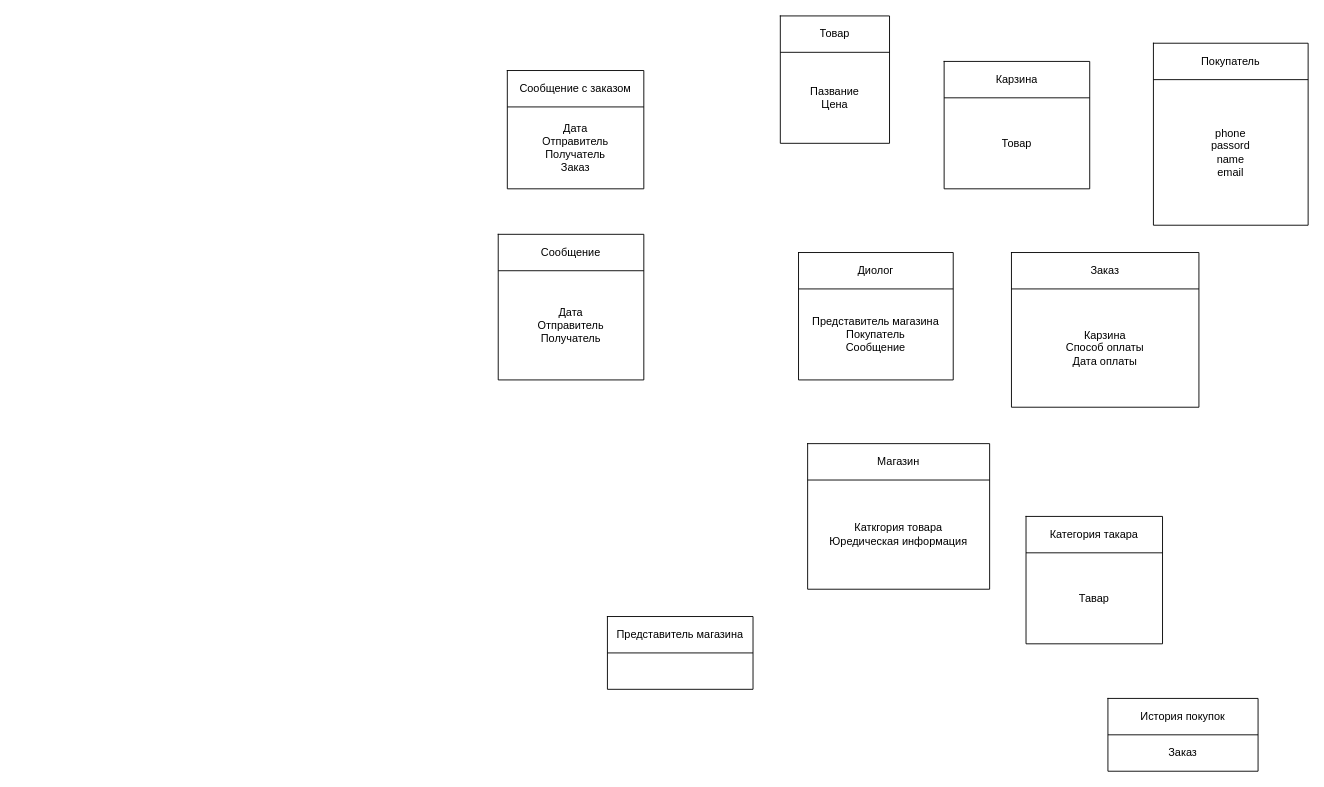
Above: Untitled Diagram.drawio in HegelPro/db-diagram (draw.io), before the change. Source tidied: cells renumbered, new cells numbered last; positions are measured from the earlier drawing's top-left corner, leaving out a move shared by most shapes. Both pictures are drawn from the tidied source at 91%, with x=0, y=0 at pixel (498, 15).
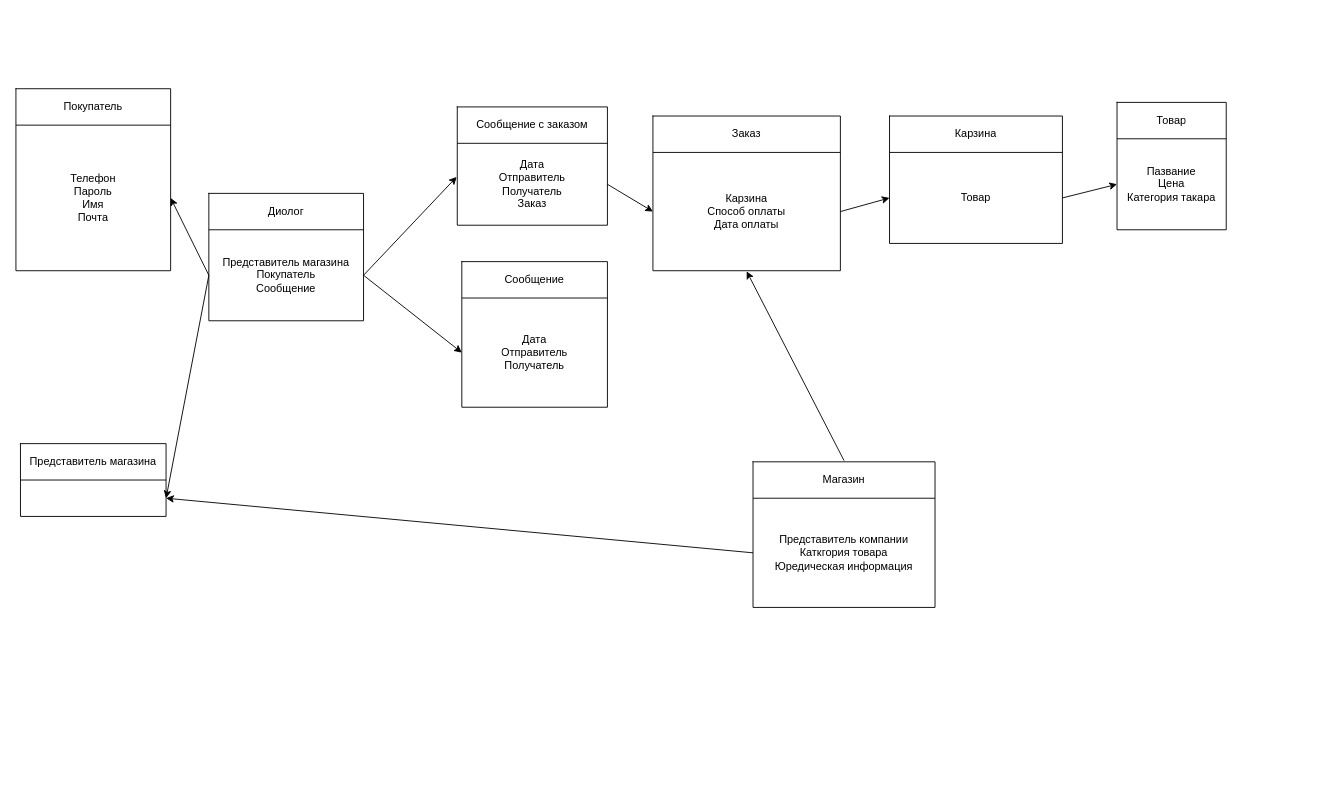
After the change.

The change refers to these unchanged cells:
```xml
<mxCell id="6" style="shape=partialRectangle;html=1;whiteSpace=wrap;fillColor=none;top=0;left=0;bottom=0;right=0;points=[[0,0.5],[1,0.5]];portConstraint=eastwest;" parent="3" vertex="1">
  <mxGeometry y="40" width="170" height="160" as="geometry" />
</mxCell>
<mxCell id="11" style="shape=partialRectangle;html=1;whiteSpace=wrap;fillColor=none;top=0;left=0;bottom=0;right=0;points=[[0,0.5],[1,0.5]];portConstraint=eastwest;" parent="8" vertex="1">
  <mxGeometry y="40" width="160" height="120" as="geometry" />
</mxCell>
<mxCell id="16" style="shape=partialRectangle;html=1;whiteSpace=wrap;fillColor=none;top=0;left=0;bottom=0;right=0;points=[[0,0.5],[1,0.5]];portConstraint=eastwest;" parent="13" vertex="1">
  <mxGeometry y="40" width="170" height="100" as="geometry" />
</mxCell>
<mxCell id="21" style="shape=partialRectangle;html=1;whiteSpace=wrap;fillColor=none;top=0;left=0;bottom=0;right=0;points=[[0,0.5],[1,0.5]];portConstraint=eastwest;" parent="18" vertex="1">
  <mxGeometry y="40" width="120" height="100" as="geometry" />
</mxCell>
<mxCell id="31" style="shape=partialRectangle;html=1;whiteSpace=wrap;fillColor=none;top=0;left=0;bottom=0;right=0;points=[[0,0.5],[1,0.5]];portConstraint=eastwest;" parent="28" vertex="1">
  <mxGeometry y="40" width="206" height="130" as="geometry" />
</mxCell>
<mxCell id="34" style="shape=partialRectangle;html=1;whiteSpace=wrap;fillColor=none;top=0;left=0;bottom=0;right=0;points=[[0,0.5],[1,0.5]];portConstraint=eastwest;" parent="33" vertex="1">
  <mxGeometry width="200" height="40" as="geometry" />
</mxCell>
<mxCell id="36" style="shape=partialRectangle;html=1;whiteSpace=wrap;fillColor=none;top=0;left=0;bottom=0;right=0;points=[[0,0.5],[1,0.5]];portConstraint=eastwest;" parent="33" vertex="1">
  <mxGeometry y="40" width="200" height="120" as="geometry" />
</mxCell>
<mxCell id="46" style="shape=partialRectangle;html=1;whiteSpace=wrap;fillColor=none;top=0;left=0;bottom=0;right=0;points=[[0,0.5],[1,0.5]];portConstraint=eastwest;" parent="43" vertex="1">
  <mxGeometry y="40" width="160" height="40" as="geometry" />
</mxCell>
```

What changed in the source:
```diff
@@
     <mxCell id="3" style="shape=table;html=1;whiteSpace=wrap;startSize=0;childLayout=tableLayout;swimlaneFillColor=none;" parent="1" vertex="1">
-      <mxGeometry x="720" y="30" width="170" height="200" as="geometry" />
+      <mxGeometry x="-530" y="80" width="170" height="200" as="geometry" />
     </mxCell>
@@
-    <mxCell id="7" value="&lt;span&gt;phone&lt;/span&gt;&lt;br&gt;&lt;span&gt;passord&lt;/span&gt;&lt;br&gt;&lt;span&gt;name&lt;/span&gt;&lt;br&gt;&lt;span&gt;email&lt;/span&gt;" style="shape=partialRectangle;html=1;whiteSpace=wrap;overflow=hidden;fillColor=none;top=0;left=0;bottom=0;right=0;" parent="6" vertex="1">
+    <mxCell id="7" value="&lt;span&gt;Телефон&lt;br&gt;Пароль&lt;br&gt;Имя&lt;br&gt;Почта&lt;/span&gt;" style="shape=partialRectangle;html=1;whiteSpace=wrap;overflow=hidden;fillColor=none;top=0;left=0;bottom=0;right=0;" parent="6" vertex="1">
       <mxGeometry width="170" height="160" as="geometry" />
     </mxCell>
     <mxCell id="8" style="shape=table;html=1;whiteSpace=wrap;startSize=0;childLayout=tableLayout;" parent="1" vertex="1">
-      <mxGeometry y="240" width="160" height="160" as="geometry" />
+      <mxGeometry x="-40" y="270" width="160" height="160" as="geometry" />
     </mxCell>
@@
     <mxCell id="13" style="shape=table;html=1;whiteSpace=wrap;startSize=0;childLayout=tableLayout;" parent="1" vertex="1">
-      <mxGeometry x="330" y="260" width="170" height="140" as="geometry" />
+      <mxGeometry x="-318" y="195" width="170" height="140" as="geometry" />
     </mxCell>
@@
     <mxCell id="18" style="shape=table;html=1;whiteSpace=wrap;startSize=0;childLayout=tableLayout;" parent="1" vertex="1">
-      <mxGeometry x="310" width="120" height="140" as="geometry" />
+      <mxGeometry x="680" y="95" width="120" height="140" as="geometry" />
     </mxCell>
@@
-    <mxCell id="22" value="Пазвание&lt;br&gt;Цена" style="shape=partialRectangle;html=1;whiteSpace=wrap;overflow=hidden;fillColor=none;top=0;left=0;bottom=0;right=0;" parent="21" vertex="1">
+    <mxCell id="22" value="Пазвание&lt;br&gt;Цена&lt;br&gt;Категория такара" style="shape=partialRectangle;html=1;whiteSpace=wrap;overflow=hidden;fillColor=none;top=0;left=0;bottom=0;right=0;" parent="21" vertex="1">
       <mxGeometry width="120" height="100" as="geometry" />
     </mxCell>
     <mxCell id="23" style="shape=table;html=1;whiteSpace=wrap;startSize=0;childLayout=tableLayout;" parent="1" vertex="1">
-      <mxGeometry x="490" y="50" width="160" height="140" as="geometry" />
+      <mxGeometry x="430" y="110" width="190" height="140" as="geometry" />
     </mxCell>
     <mxCell id="24" style="shape=partialRectangle;html=1;whiteSpace=wrap;fillColor=none;top=0;left=0;bottom=0;right=0;" parent="23" vertex="1">
-      <mxGeometry width="160" height="40" as="geometry" />
+      <mxGeometry width="190" height="40" as="geometry" />
     </mxCell>
     <mxCell id="25" value="Карзина" style="shape=partialRectangle;html=1;whiteSpace=wrap;overflow=hidden;fillColor=none;top=0;left=0;bottom=0;right=0;" parent="24" vertex="1">
-      <mxGeometry width="160" height="40" as="geometry" />
+      <mxGeometry width="190" height="40" as="geometry" />
     </mxCell>
     <mxCell id="26" style="shape=partialRectangle;html=1;whiteSpace=wrap;fillColor=none;top=0;left=0;bottom=0;right=0;points=[[0,0.5],[1,0.5]];portConstraint=eastwest;" parent="23" vertex="1">
-      <mxGeometry y="40" width="160" height="100" as="geometry" />
+      <mxGeometry y="40" width="190" height="100" as="geometry" />
     </mxCell>
     <mxCell id="27" value="Товар" style="shape=partialRectangle;html=1;whiteSpace=wrap;overflow=hidden;fillColor=none;top=0;left=0;bottom=0;right=0;" parent="26" vertex="1">
-      <mxGeometry width="160" height="100" as="geometry" />
+      <mxGeometry width="190" height="100" as="geometry" />
     </mxCell>
     <mxCell id="28" style="shape=table;html=1;whiteSpace=wrap;startSize=0;childLayout=tableLayout;" parent="1" vertex="1">
-      <mxGeometry x="564" y="260" width="206" height="170" as="geometry" />
+      <mxGeometry x="170" y="110" width="206" height="170" as="geometry" />
     </mxCell>
@@
     <mxCell id="33" style="shape=table;html=1;whiteSpace=wrap;startSize=0;childLayout=tableLayout;" parent="1" vertex="1">
-      <mxGeometry x="340" y="470" width="200" height="160" as="geometry" />
+      <mxGeometry x="280" y="490" width="200" height="160" as="geometry" />
     </mxCell>
@@
-    <mxCell id="37" value="Каткгория товара&lt;br&gt;Юредическая информация" style="shape=partialRectangle;html=1;whiteSpace=wrap;overflow=hidden;fillColor=none;top=0;left=0;bottom=0;right=0;" parent="36" vertex="1">
+    <mxCell id="37" value="Представитель компании&lt;br&gt;Каткгория товара&lt;br&gt;Юредическая информация" style="shape=partialRectangle;html=1;whiteSpace=wrap;overflow=hidden;fillColor=none;top=0;left=0;bottom=0;right=0;" parent="36" vertex="1">
       <mxGeometry width="200" height="120" as="geometry" />
     </mxCell>
-    <mxCell id="38" style="shape=table;html=1;whiteSpace=wrap;startSize=0;childLayout=tableLayout;" parent="1" vertex="1">
-      <mxGeometry x="580" y="550" width="150" height="140" as="geometry" />
-    </mxCell>
-    <mxCell id="39" style="shape=partialRectangle;html=1;whiteSpace=wrap;fillColor=none;top=0;left=0;bottom=0;right=0;" parent="38" vertex="1">
-      <mxGeometry width="150" height="40" as="geometry" />
-    </mxCell>
-    <mxCell id="40" value="Категория такара" style="shape=partialRectangle;html=1;whiteSpace=wrap;overflow=hidden;fillColor=none;top=0;left=0;bottom=0;right=0;" parent="39" vertex="1">
-      <mxGeometry width="150" height="40" as="geometry" />
-    </mxCell>
-    <mxCell id="41" style="shape=partialRectangle;html=1;whiteSpace=wrap;fillColor=none;top=0;left=0;bottom=0;right=0;" parent="38" vertex="1">
-      <mxGeometry y="40" width="150" height="100" as="geometry" />
-    </mxCell>
-    <mxCell id="42" value="Тавар" style="shape=partialRectangle;html=1;whiteSpace=wrap;overflow=hidden;fillColor=none;top=0;left=0;bottom=0;right=0;" parent="41" vertex="1">
-      <mxGeometry width="150" height="100" as="geometry" />
-    </mxCell>
     <mxCell id="43" style="shape=table;html=1;whiteSpace=wrap;startSize=0;childLayout=tableLayout;" parent="1" vertex="1">
-      <mxGeometry x="120" y="660" width="160" height="80" as="geometry" />
+      <mxGeometry x="-525" y="470" width="160" height="80" as="geometry" />
     </mxCell>
@@
-    <mxCell id="48" style="shape=table;html=1;whiteSpace=wrap;startSize=0;childLayout=tableLayout;" parent="1" vertex="1">
-      <mxGeometry x="670" y="750" width="165" height="80" as="geometry" />
-    </mxCell>
-    <mxCell id="49" style="shape=partialRectangle;html=1;whiteSpace=wrap;fillColor=none;top=0;left=0;bottom=0;right=0;" parent="48" vertex="1">
-      <mxGeometry width="165" height="40" as="geometry" />
-    </mxCell>
-    <mxCell id="50" value="История покупок" style="shape=partialRectangle;html=1;whiteSpace=wrap;overflow=hidden;fillColor=none;top=0;left=0;bottom=0;right=0;" parent="49" vertex="1">
-      <mxGeometry width="165" height="40" as="geometry" />
-    </mxCell>
-    <mxCell id="51" style="shape=partialRectangle;html=1;whiteSpace=wrap;fillColor=none;top=0;left=0;bottom=0;right=0;" parent="48" vertex="1">
-      <mxGeometry y="40" width="165" height="40" as="geometry" />
-    </mxCell>
-    <mxCell id="52" value="Заказ" style="shape=partialRectangle;html=1;whiteSpace=wrap;overflow=hidden;fillColor=none;top=0;left=0;bottom=0;right=0;" parent="51" vertex="1">
-      <mxGeometry width="165" height="40" as="geometry" />
-    </mxCell>
     <mxCell id="53" style="shape=table;html=1;whiteSpace=wrap;startSize=0;childLayout=tableLayout;shadow=0;" parent="1" vertex="1">
-      <mxGeometry x="10" y="60" width="150" height="130" as="geometry" />
+      <mxGeometry x="-45" y="100" width="165" height="130" as="geometry" />
     </mxCell>
     <mxCell id="54" style="shape=partialRectangle;html=1;whiteSpace=wrap;fillColor=none;top=0;left=0;bottom=0;right=0;points=[[0,0.5],[1,0.5]];portConstraint=eastwest;" parent="53" vertex="1">
-      <mxGeometry width="150" height="40" as="geometry" />
+      <mxGeometry width="165" height="40" as="geometry" />
     </mxCell>
     <mxCell id="55" value="Сообщение с заказом" style="shape=partialRectangle;html=1;whiteSpace=wrap;overflow=hidden;fillColor=none;top=0;left=0;bottom=0;right=0;" parent="54" vertex="1">
-      <mxGeometry width="150" height="40" as="geometry" />
+      <mxGeometry width="165" height="40" as="geometry" />
     </mxCell>
+    <mxCell id="58" style="edgeStyle=none;rounded=0;jettySize=auto;html=1;" parent="53" edge="1" source="56" target="54">
+      <mxGeometry relative="1" as="geometry" />
+    </mxCell>
     <mxCell id="56" style="shape=partialRectangle;html=1;whiteSpace=wrap;fillColor=none;top=0;left=0;bottom=0;right=0;points=[[0,0.5],[1,0.5]];portConstraint=eastwest;" parent="53" vertex="1">
-      <mxGeometry y="40" width="150" height="90" as="geometry" />
+      <mxGeometry y="40" width="165" height="90" as="geometry" />
     </mxCell>
     <mxCell id="57" value="Дата&lt;br&gt;Отправитель&lt;br&gt;Получатель&lt;br&gt;Заказ" style="shape=partialRectangle;html=1;whiteSpace=wrap;overflow=hidden;fillColor=none;top=0;left=0;bottom=0;right=0;" parent="56" vertex="1">
-      <mxGeometry width="150" height="90" as="geometry" />
+      <mxGeometry width="165" height="90" as="geometry" />
     </mxCell>
+    <mxCell id="59" style="edgeStyle=none;rounded=0;jettySize=auto;html=1;exitX=1;exitY=0.5;exitDx=0;exitDy=0;entryX=-0.004;entryY=0.41;entryDx=0;entryDy=0;entryPerimeter=0;" parent="1" edge="1" source="16" target="56">
+      <mxGeometry relative="1" as="geometry" />
+    </mxCell>
+    <mxCell id="60" style="endArrow=classic;html=1;exitX=1;exitY=0.5;exitDx=0;exitDy=0;entryX=0;entryY=0.5;entryDx=0;entryDy=0;" parent="1" edge="1" source="16" target="11">
+      <mxGeometry relative="1" as="geometry" />
+    </mxCell>
+    <mxCell id="61" style="edgeStyle=none;rounded=0;jettySize=auto;html=1;entryX=0;entryY=0.5;entryDx=0;entryDy=0;exitX=1;exitY=0.5;exitDx=0;exitDy=0;" parent="1" edge="1" source="56" target="31">
+      <mxGeometry relative="1" as="geometry" />
+    </mxCell>
+    <mxCell id="62" style="edgeStyle=none;rounded=0;jettySize=auto;html=1;exitX=1;exitY=0.5;exitDx=0;exitDy=0;entryX=0;entryY=0.5;entryDx=0;entryDy=0;" parent="1" edge="1" source="31" target="26">
+      <mxGeometry relative="1" as="geometry" />
+    </mxCell>
+    <mxCell id="63" style="edgeStyle=none;rounded=0;jettySize=auto;html=1;exitX=1;exitY=0.5;exitDx=0;exitDy=0;entryX=0;entryY=0.5;entryDx=0;entryDy=0;" parent="1" edge="1" source="26" target="21">
+      <mxGeometry relative="1" as="geometry" />
+    </mxCell>
+    <mxCell id="64" style="edgeStyle=none;rounded=0;jettySize=auto;html=1;exitX=0;exitY=0.5;exitDx=0;exitDy=0;entryX=1;entryY=0.5;entryDx=0;entryDy=0;" parent="1" edge="1" source="16" target="6">
+      <mxGeometry relative="1" as="geometry" />
+    </mxCell>
+    <mxCell id="65" style="edgeStyle=none;rounded=0;jettySize=auto;html=1;exitX=0;exitY=0.5;exitDx=0;exitDy=0;entryX=1;entryY=0.5;entryDx=0;entryDy=0;" parent="1" edge="1" source="16" target="46">
+      <mxGeometry relative="1" as="geometry" />
+    </mxCell>
+    <mxCell id="66" style="edgeStyle=none;rounded=0;jettySize=auto;html=1;exitX=0.5;exitY=-0.034;exitDx=0;exitDy=0;exitPerimeter=0;entryX=0.5;entryY=1.005;entryDx=0;entryDy=0;entryPerimeter=0;" parent="1" edge="1" source="34" target="31">
+      <mxGeometry relative="1" as="geometry" />
+    </mxCell>
+    <mxCell id="67" style="edgeStyle=none;rounded=0;jettySize=auto;html=1;exitX=0;exitY=0.5;exitDx=0;exitDy=0;entryX=1;entryY=0.5;entryDx=0;entryDy=0;" parent="1" edge="1" source="36" target="46">
+      <mxGeometry relative="1" as="geometry" />
+    </mxCell>
```
